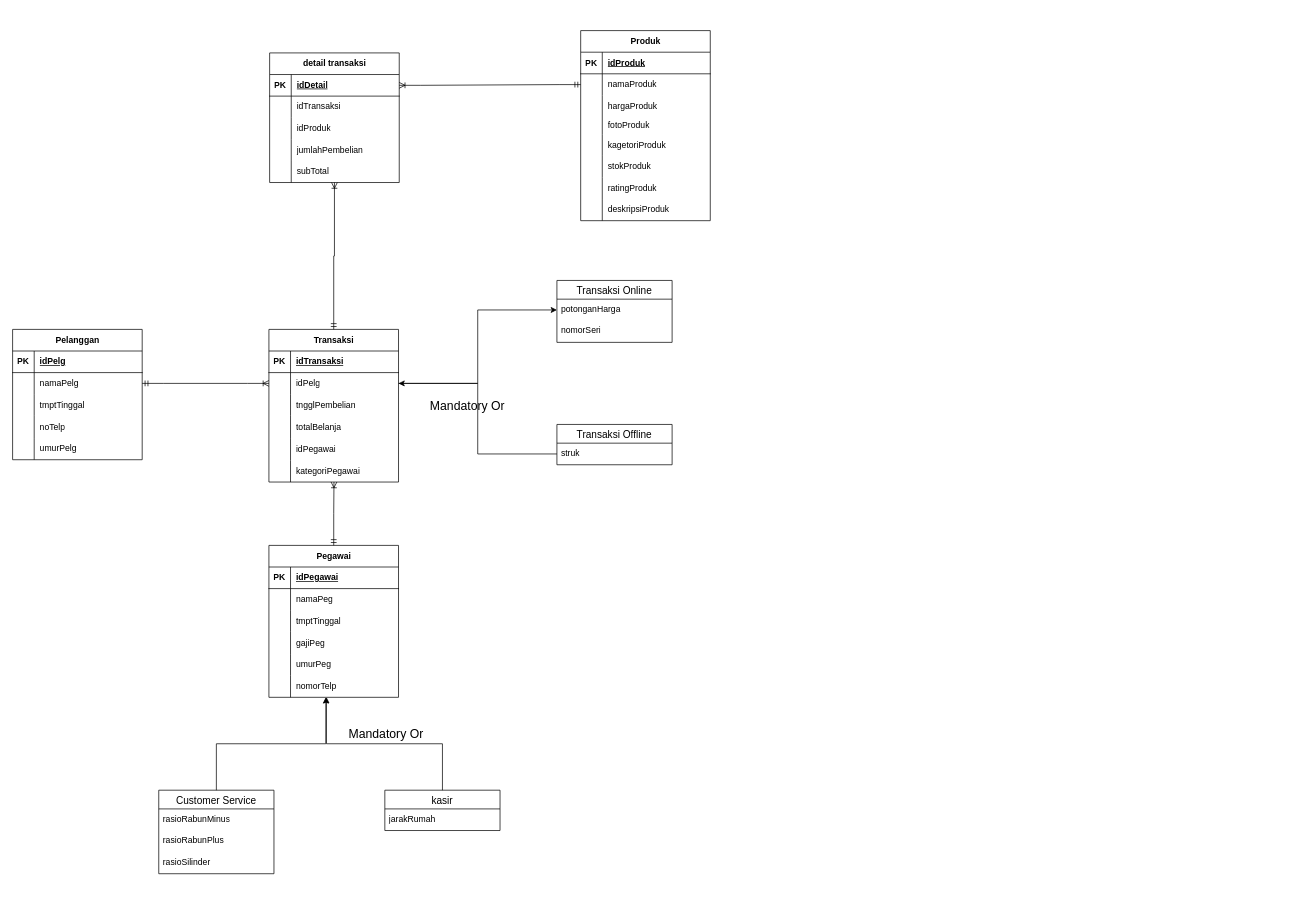
Above: Diagram Tanpa Judul.drawio in shinoaaa/flowchartttz (draw.io), before the change. Source tidied: cells renumbered, new cells numbered last; positions are measured from the earlier drawing's top-left corner, leaving out a move shared by most shapes. Both pictures are drawn from the tidied source at 72%, with x=0, y=0 at pixel (12, 30).
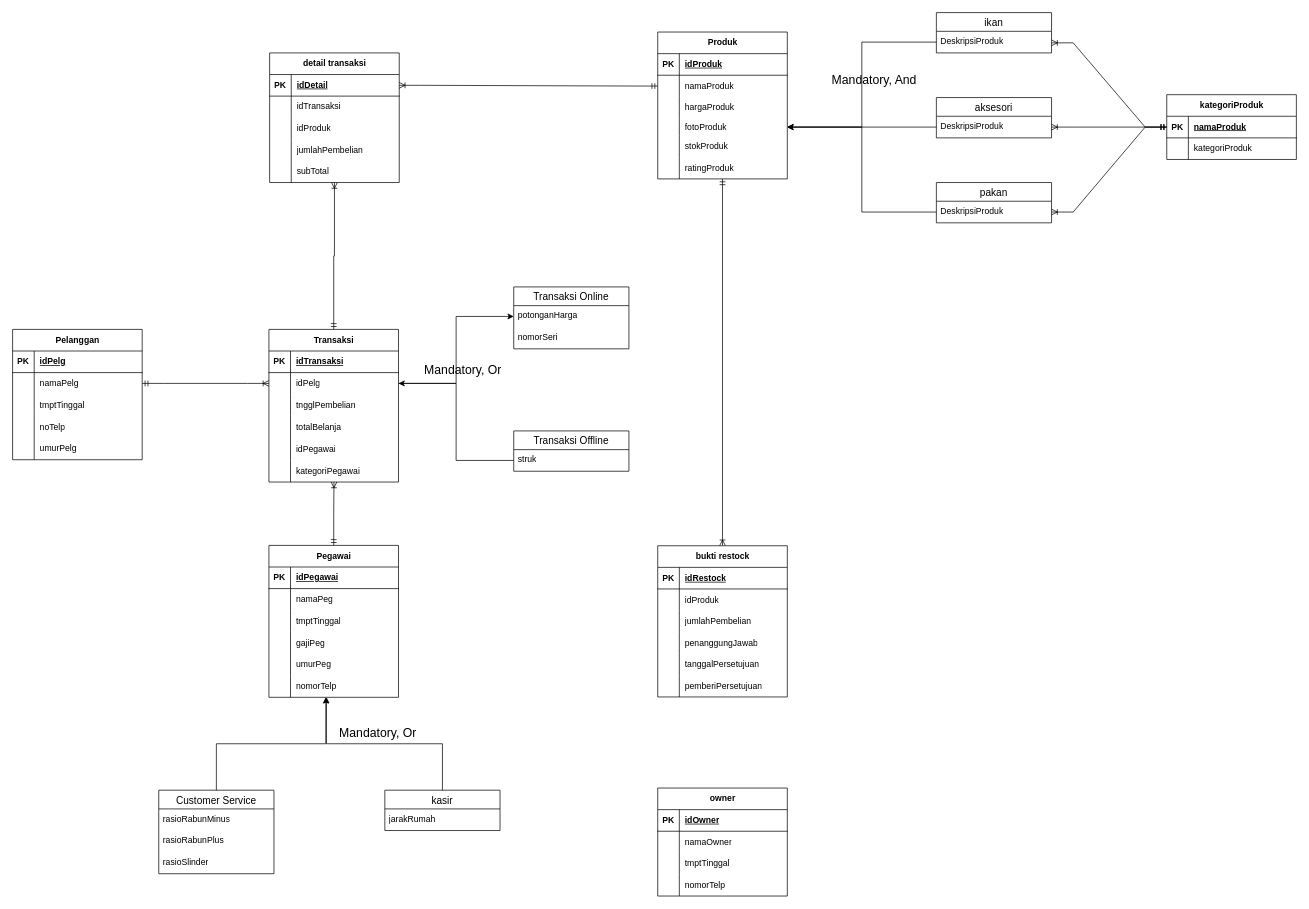
The same diagram, later.

Unchanged cells that the change refers to:
```xml
<mxCell id="58" style="shape=tableRow;horizontal=0;startSize=0;swimlaneHead=0;swimlaneBody=0;fillColor=none;points=[[0,0.5],[1,0.5]];portConstraint=eastwest;top=0;left=0;right=0;bottom=1;" parent="57" vertex="1">
  <mxGeometry y="30" width="180" height="30" as="geometry" />
</mxCell>
<mxCell id="77" style="shape=tableRow;horizontal=0;startSize=0;swimlaneHead=0;swimlaneBody=0;fillColor=none;points=[[0,0.5],[1,0.5]];portConstraint=eastwest;top=0;left=0;right=0;bottom=0;" parent="73" vertex="1">
  <mxGeometry y="60" width="180" height="30" as="geometry" />
</mxCell>
<mxCell id="83" style="shape=tableRow;horizontal=0;startSize=0;swimlaneHead=0;swimlaneBody=0;fillColor=none;points=[[0,0.5],[1,0.5]];portConstraint=eastwest;top=0;left=0;right=0;bottom=0;" parent="73" vertex="1">
  <mxGeometry y="120" width="180" height="24" as="geometry" />
</mxCell>
<mxCell id="109" value="Customer Service" style="swimlane;fontStyle=0;horizontal=1;startSize=26;align=center;fontSize=14;" parent="1" vertex="1">
  <mxGeometry x="203" y="1055" width="160" height="116" as="geometry" />
</mxCell>
```

Diff of the diagram source:
```diff
@@
+    <mxCell id="119" style="edgeStyle=orthogonalEdgeStyle;rounded=0;jettySize=auto;html=1;entryX=0.5;entryY=0;entryDx=0;entryDy=0;endArrow=ERoneToMany;endFill=0;startArrow=ERmandOne;startFill=0;" parent="1" edge="1" source="73" target="140">
+      <mxGeometry relative="1" as="geometry" />
+    </mxCell>
     <mxCell id="73" value="Produk" style="shape=table;startSize=30;childLayout=tableLayout;rowLines=0;fontStyle=1;align=center;html=1;" parent="1" vertex="1">
-      <mxGeometry x="789" width="180" height="264" as="geometry" />
+      <mxGeometry x="896" y="2" width="180" height="204" as="geometry" />
     </mxCell>
@@
-    <mxCell id="86" style="shape=tableRow;horizontal=0;startSize=0;swimlaneHead=0;swimlaneBody=0;fillColor=none;top=0;left=0;right=0;bottom=0;" parent="73" vertex="1">
-      <mxGeometry y="144" width="180" height="30" as="geometry" />
-    </mxCell>
-    <mxCell id="87" style="shape=partialRectangle;fillColor=none;top=0;left=0;bottom=0;right=0;overflow=hidden;whiteSpace=wrap;html=1;" parent="86" vertex="1">
-      <mxGeometry width="30" height="30" as="geometry" />
-    </mxCell>
-    <mxCell id="88" value="kagetoriProduk" style="shape=partialRectangle;fillColor=none;top=0;left=0;bottom=0;right=0;align=left;spacingLeft=6;overflow=hidden;whiteSpace=wrap;html=1;" parent="86" vertex="1">
-      <mxGeometry x="30" width="150" height="30" as="geometry" />
-    </mxCell>
     <mxCell id="89" style="shape=tableRow;horizontal=0;startSize=0;swimlaneHead=0;swimlaneBody=0;fillColor=none;top=0;left=0;right=0;bottom=0;" parent="73" vertex="1">
-      <mxGeometry y="174" width="180" height="30" as="geometry" />
+      <mxGeometry y="144" width="180" height="30" as="geometry" />
     </mxCell>
@@
     <mxCell id="92" style="shape=tableRow;horizontal=0;startSize=0;swimlaneHead=0;swimlaneBody=0;fillColor=none;top=0;left=0;right=0;bottom=0;" parent="73" vertex="1">
-      <mxGeometry y="204" width="180" height="30" as="geometry" />
+      <mxGeometry y="174" width="180" height="30" as="geometry" />
     </mxCell>
@@
-    <mxCell id="95" style="shape=tableRow;horizontal=0;startSize=0;swimlaneHead=0;swimlaneBody=0;fillColor=none;top=0;left=0;right=0;bottom=0;" parent="73" vertex="1">
-      <mxGeometry y="234" width="180" height="30" as="geometry" />
-    </mxCell>
-    <mxCell id="96" style="shape=partialRectangle;fillColor=none;top=0;left=0;bottom=0;right=0;overflow=hidden;whiteSpace=wrap;html=1;" parent="95" vertex="1">
-      <mxGeometry width="30" height="30" as="geometry" />
-    </mxCell>
-    <mxCell id="97" value="deskripsiProduk" style="shape=partialRectangle;fillColor=none;top=0;left=0;bottom=0;right=0;align=left;spacingLeft=6;overflow=hidden;whiteSpace=wrap;html=1;" parent="95" vertex="1">
-      <mxGeometry x="30" width="150" height="30" as="geometry" />
-    </mxCell>
@@
-    <mxCell id="100" style="edgeStyle=entityRelationEdgeStyle;fontSize=12;html=1;endArrow=ERoneToMany;startArrow=ERmandOne;rounded=0;entryX=1;entryY=0.5;entryDx=0;entryDy=0;startFill=0;exitX=0;exitY=0.5;exitDx=0;exitDy=0;" parent="1" edge="1" source="77" target="58">
+    <mxCell id="100" style="edgeStyle=entityRelationEdgeStyle;fontSize=12;html=1;endArrow=ERoneToMany;startArrow=ERmandOne;rounded=0;entryX=1;entryY=0.75;entryDx=0;entryDy=0;startFill=0;exitX=0;exitY=0.5;exitDx=0;exitDy=0;" parent="1" edge="1" source="131" target="120">
       <mxGeometry relative="1" as="geometry" />
     </mxCell>
     <mxCell id="101" value="Transaksi Online" style="swimlane;fontStyle=0;horizontal=1;startSize=26;align=center;fontSize=14;" parent="1" vertex="1">
-      <mxGeometry x="756" y="347" width="160" height="86" as="geometry" />
+      <mxGeometry x="696" y="356" width="160" height="86" as="geometry" />
     </mxCell>
@@
     <mxCell id="104" value="Transaksi Offline" style="swimlane;fontStyle=0;horizontal=1;startSize=26;align=center;fontSize=14;" parent="1" vertex="1">
-      <mxGeometry x="756" y="547" width="160" height="56" as="geometry" />
+      <mxGeometry x="696" y="556" width="160" height="56" as="geometry" />
     </mxCell>
@@
-    <mxCell id="108" value="Mandatory Or" style="text;strokeColor=none;fillColor=none;spacingLeft=4;spacingRight=4;overflow=hidden;points=[[0,0.5],[1,0.5]];portConstraint=eastwest;fontSize=17;whiteSpace=wrap;html=1;" parent="1" vertex="1">
-      <mxGeometry x="574" y="505" width="118" height="30" as="geometry" />
+    <mxCell id="108" value="Mandatory, Or" style="text;strokeColor=none;fillColor=none;spacingLeft=4;spacingRight=4;overflow=hidden;points=[[0,0.5],[1,0.5]];portConstraint=eastwest;fontSize=17;whiteSpace=wrap;html=1;" parent="1" vertex="1">
+      <mxGeometry x="566" y="455" width="118" height="30" as="geometry" />
     </mxCell>
@@
-    <mxCell id="112" value="rasioSilinder" style="text;strokeColor=none;fillColor=none;spacingLeft=4;spacingRight=4;overflow=hidden;fontSize=12;whiteSpace=wrap;html=1;" parent="109" vertex="1">
+    <mxCell id="112" value="rasioSlinder" style="text;strokeColor=none;fillColor=none;spacingLeft=4;spacingRight=4;overflow=hidden;fontSize=12;whiteSpace=wrap;html=1;" parent="109" vertex="1">
       <mxGeometry y="86" width="160" height="30" as="geometry" />
     </mxCell>
@@
-    <mxCell id="118" value="Mandatory Or" style="text;strokeColor=none;fillColor=none;spacingLeft=4;spacingRight=4;overflow=hidden;fontSize=17;whiteSpace=wrap;html=1;" parent="1" vertex="1">
-      <mxGeometry x="461" y="961" width="118" height="30" as="geometry" />
+    <mxCell id="118" value="Mandatory, Or" style="text;strokeColor=none;fillColor=none;spacingLeft=4;spacingRight=4;overflow=hidden;fontSize=17;whiteSpace=wrap;html=1;" parent="1" vertex="1">
+      <mxGeometry x="448" y="959" width="118" height="30" as="geometry" />
     </mxCell>
+    <mxCell id="120" value="ikan" style="swimlane;fontStyle=0;horizontal=1;startSize=26;align=center;fontSize=14;" parent="1" vertex="1">
+      <mxGeometry x="1283" y="-25" width="160" height="56" as="geometry" />
+    </mxCell>
+    <mxCell id="121" value="DeskripsiProduk" style="text;strokeColor=none;fillColor=none;spacingLeft=4;spacingRight=4;overflow=hidden;points=[[0,0.5],[1,0.5]];portConstraint=eastwest;fontSize=12;whiteSpace=wrap;html=1;" parent="120" vertex="1">
+      <mxGeometry y="26" width="160" height="30" as="geometry" />
+    </mxCell>
+    <mxCell id="122" value="aksesori" style="swimlane;fontStyle=0;horizontal=1;startSize=26;align=center;fontSize=14;" parent="1" vertex="1">
+      <mxGeometry x="1283" y="93" width="160" height="56" as="geometry" />
+    </mxCell>
+    <mxCell id="123" value="DeskripsiProduk" style="text;strokeColor=none;fillColor=none;spacingLeft=4;spacingRight=4;overflow=hidden;points=[[0,0.5],[1,0.5]];portConstraint=eastwest;fontSize=12;whiteSpace=wrap;html=1;" parent="122" vertex="1">
+      <mxGeometry y="26" width="160" height="30" as="geometry" />
+    </mxCell>
+    <mxCell id="124" value="pakan" style="swimlane;fontStyle=0;horizontal=1;startSize=26;align=center;fontSize=14;" parent="1" vertex="1">
+      <mxGeometry x="1283" y="211" width="160" height="56" as="geometry" />
+    </mxCell>
+    <mxCell id="125" value="DeskripsiProduk" style="text;strokeColor=none;fillColor=none;spacingLeft=4;spacingRight=4;overflow=hidden;points=[[0,0.5],[1,0.5]];portConstraint=eastwest;fontSize=12;whiteSpace=wrap;html=1;" parent="124" vertex="1">
+      <mxGeometry y="26" width="160" height="30" as="geometry" />
+    </mxCell>
+    <mxCell id="126" style="edgeStyle=orthogonalEdgeStyle;rounded=0;jettySize=auto;html=1;entryX=1;entryY=0.5;entryDx=0;entryDy=0;" parent="1" edge="1" source="125" target="83">
+      <mxGeometry relative="1" as="geometry" />
+    </mxCell>
+    <mxCell id="127" style="edgeStyle=orthogonalEdgeStyle;rounded=0;jettySize=auto;html=1;entryX=1;entryY=0.5;entryDx=0;entryDy=0;" parent="1" edge="1" source="123" target="83">
+      <mxGeometry relative="1" as="geometry" />
+    </mxCell>
+    <mxCell id="128" style="edgeStyle=orthogonalEdgeStyle;rounded=0;jettySize=auto;html=1;" parent="1" edge="1" source="121" target="83">
+      <mxGeometry relative="1" as="geometry" />
+    </mxCell>
+    <mxCell id="129" value="Mandatory, And" style="text;strokeColor=none;fillColor=none;spacingLeft=4;spacingRight=4;overflow=hidden;fontSize=17;whiteSpace=wrap;html=1;" parent="1" vertex="1">
+      <mxGeometry x="1132" y="53" width="133" height="30" as="geometry" />
+    </mxCell>
+    <mxCell id="130" value="kategoriProduk" style="shape=table;startSize=30;childLayout=tableLayout;rowLines=0;fontStyle=1;align=center;html=1;" parent="1" vertex="1">
+      <mxGeometry x="1603" y="89" width="180" height="90" as="geometry" />
+    </mxCell>
+    <mxCell id="131" style="shape=tableRow;horizontal=0;startSize=0;swimlaneHead=0;swimlaneBody=0;fillColor=none;points=[[0,0.5],[1,0.5]];portConstraint=eastwest;top=0;left=0;right=0;bottom=1;" parent="130" vertex="1">
+      <mxGeometry y="30" width="180" height="30" as="geometry" />
+    </mxCell>
+    <mxCell id="132" value="PK" style="shape=partialRectangle;fillColor=none;top=0;left=0;bottom=0;right=0;fontStyle=1;overflow=hidden;whiteSpace=wrap;html=1;" parent="131" vertex="1">
+      <mxGeometry width="30" height="30" as="geometry" />
+    </mxCell>
+    <mxCell id="133" value="namaProduk" style="shape=partialRectangle;fillColor=none;top=0;left=0;bottom=0;right=0;align=left;spacingLeft=6;fontStyle=5;overflow=hidden;whiteSpace=wrap;html=1;" parent="131" vertex="1">
+      <mxGeometry x="30" width="150" height="30" as="geometry" />
+    </mxCell>
+    <mxCell id="134" style="shape=tableRow;horizontal=0;startSize=0;swimlaneHead=0;swimlaneBody=0;fillColor=none;top=0;left=0;right=0;bottom=0;" parent="130" vertex="1">
+      <mxGeometry y="60" width="180" height="30" as="geometry" />
+    </mxCell>
+    <mxCell id="135" style="shape=partialRectangle;fillColor=none;top=0;left=0;bottom=0;right=0;overflow=hidden;whiteSpace=wrap;html=1;" parent="134" vertex="1">
+      <mxGeometry width="30" height="30" as="geometry" />
+    </mxCell>
+    <mxCell id="136" value="kategoriProduk" style="shape=partialRectangle;fillColor=none;top=0;left=0;bottom=0;right=0;align=left;spacingLeft=6;overflow=hidden;whiteSpace=wrap;html=1;" parent="134" vertex="1">
+      <mxGeometry x="30" width="150" height="30" as="geometry" />
+    </mxCell>
+    <mxCell id="137" style="edgeStyle=entityRelationEdgeStyle;fontSize=12;html=1;endArrow=ERoneToMany;startArrow=ERmandOne;rounded=0;entryX=1;entryY=0.5;entryDx=0;entryDy=0;startFill=0;exitX=0;exitY=0.5;exitDx=0;exitDy=0;" parent="1" edge="1" source="77" target="58">
+      <mxGeometry relative="1" as="geometry" />
+    </mxCell>
+    <mxCell id="138" style="edgeStyle=entityRelationEdgeStyle;fontSize=12;html=1;endArrow=ERoneToMany;startArrow=ERmandOne;rounded=0;entryX=1;entryY=0.5;entryDx=0;entryDy=0;startFill=0;exitX=0;exitY=0.5;exitDx=0;exitDy=0;" parent="1" edge="1" source="130" target="123">
+      <mxGeometry relative="1" as="geometry" />
+    </mxCell>
+    <mxCell id="139" style="edgeStyle=entityRelationEdgeStyle;fontSize=12;html=1;endArrow=ERoneToMany;startArrow=ERmandOne;rounded=0;entryX=1;entryY=0.5;entryDx=0;entryDy=0;startFill=0;exitX=0;exitY=0.5;exitDx=0;exitDy=0;" parent="1" edge="1" source="131" target="125">
+      <mxGeometry relative="1" as="geometry" />
+    </mxCell>
+    <mxCell id="140" value="bukti restock" style="shape=table;startSize=30;childLayout=tableLayout;rowLines=0;fontStyle=1;align=center;html=1;" parent="1" vertex="1">
+      <mxGeometry x="896" y="715.5" width="180" height="210" as="geometry" />
+    </mxCell>
+    <mxCell id="141" style="shape=tableRow;horizontal=0;startSize=0;swimlaneHead=0;swimlaneBody=0;fillColor=none;top=0;left=0;right=0;bottom=1;" parent="140" vertex="1">
+      <mxGeometry y="30" width="180" height="30" as="geometry" />
+    </mxCell>
+    <mxCell id="142" value="PK" style="shape=partialRectangle;fillColor=none;top=0;left=0;bottom=0;right=0;fontStyle=1;overflow=hidden;whiteSpace=wrap;html=1;" parent="141" vertex="1">
+      <mxGeometry width="30" height="30" as="geometry" />
+    </mxCell>
+    <mxCell id="143" value="idRestock" style="shape=partialRectangle;fillColor=none;top=0;left=0;bottom=0;right=0;align=left;spacingLeft=6;fontStyle=5;overflow=hidden;whiteSpace=wrap;html=1;" parent="141" vertex="1">
+      <mxGeometry x="30" width="150" height="30" as="geometry" />
+    </mxCell>
+    <mxCell id="144" style="shape=tableRow;horizontal=0;startSize=0;swimlaneHead=0;swimlaneBody=0;fillColor=none;top=0;left=0;right=0;bottom=0;" parent="140" vertex="1">
+      <mxGeometry y="60" width="180" height="30" as="geometry" />
+    </mxCell>
+    <mxCell id="145" style="shape=partialRectangle;fillColor=none;top=0;left=0;bottom=0;right=0;overflow=hidden;whiteSpace=wrap;html=1;" parent="144" vertex="1">
+      <mxGeometry width="30" height="30" as="geometry" />
+    </mxCell>
+    <mxCell id="146" value="idProduk" style="shape=partialRectangle;fillColor=none;top=0;left=0;bottom=0;right=0;align=left;spacingLeft=6;overflow=hidden;whiteSpace=wrap;html=1;" parent="144" vertex="1">
+      <mxGeometry x="30" width="150" height="30" as="geometry" />
+    </mxCell>
+    <mxCell id="147" style="shape=tableRow;horizontal=0;startSize=0;swimlaneHead=0;swimlaneBody=0;fillColor=none;top=0;left=0;right=0;bottom=0;" parent="140" vertex="1">
+      <mxGeometry y="90" width="180" height="30" as="geometry" />
+    </mxCell>
+    <mxCell id="148" style="shape=partialRectangle;fillColor=none;top=0;left=0;bottom=0;right=0;overflow=hidden;whiteSpace=wrap;html=1;" parent="147" vertex="1">
+      <mxGeometry width="30" height="30" as="geometry" />
+    </mxCell>
+    <mxCell id="149" value="jumlahPembelian" style="shape=partialRectangle;fillColor=none;top=0;left=0;bottom=0;right=0;align=left;spacingLeft=6;overflow=hidden;whiteSpace=wrap;html=1;" parent="147" vertex="1">
+      <mxGeometry x="30" width="150" height="30" as="geometry" />
+    </mxCell>
+    <mxCell id="150" style="shape=tableRow;horizontal=0;startSize=0;swimlaneHead=0;swimlaneBody=0;fillColor=none;top=0;left=0;right=0;bottom=0;" parent="140" vertex="1">
+      <mxGeometry y="120" width="180" height="30" as="geometry" />
+    </mxCell>
+    <mxCell id="151" style="shape=partialRectangle;fillColor=none;top=0;left=0;bottom=0;right=0;overflow=hidden;whiteSpace=wrap;html=1;" parent="150" vertex="1">
+      <mxGeometry width="30" height="30" as="geometry" />
+    </mxCell>
+    <mxCell id="152" value="penanggungJawab" style="shape=partialRectangle;fillColor=none;top=0;left=0;bottom=0;right=0;align=left;spacingLeft=6;overflow=hidden;whiteSpace=wrap;html=1;" parent="150" vertex="1">
+      <mxGeometry x="30" width="150" height="30" as="geometry" />
+    </mxCell>
+    <mxCell id="153" style="shape=tableRow;horizontal=0;startSize=0;swimlaneHead=0;swimlaneBody=0;fillColor=none;top=0;left=0;right=0;bottom=0;" parent="140" vertex="1">
+      <mxGeometry y="150" width="180" height="30" as="geometry" />
+    </mxCell>
+    <mxCell id="154" style="shape=partialRectangle;fillColor=none;top=0;left=0;bottom=0;right=0;overflow=hidden;whiteSpace=wrap;html=1;" parent="153" vertex="1">
+      <mxGeometry width="30" height="30" as="geometry" />
+    </mxCell>
+    <mxCell id="155" value="tanggalPersetujuan" style="shape=partialRectangle;fillColor=none;top=0;left=0;bottom=0;right=0;align=left;spacingLeft=6;overflow=hidden;whiteSpace=wrap;html=1;" parent="153" vertex="1">
+      <mxGeometry x="30" width="150" height="30" as="geometry" />
+    </mxCell>
+    <mxCell id="156" style="shape=tableRow;horizontal=0;startSize=0;swimlaneHead=0;swimlaneBody=0;fillColor=none;top=0;left=0;right=0;bottom=0;" parent="140" vertex="1">
+      <mxGeometry y="180" width="180" height="30" as="geometry" />
+    </mxCell>
+    <mxCell id="157" style="shape=partialRectangle;fillColor=none;top=0;left=0;bottom=0;right=0;overflow=hidden;whiteSpace=wrap;html=1;" parent="156" vertex="1">
+      <mxGeometry width="30" height="30" as="geometry" />
+    </mxCell>
+    <mxCell id="158" value="pemberiPersetujuan" style="shape=partialRectangle;fillColor=none;top=0;left=0;bottom=0;right=0;align=left;spacingLeft=6;overflow=hidden;whiteSpace=wrap;html=1;" parent="156" vertex="1">
+      <mxGeometry x="30" width="150" height="30" as="geometry" />
+    </mxCell>
+    <mxCell id="159" style="edgeStyle=orthogonalEdgeStyle;rounded=0;orthogonalLoop=1;jettySize=auto;html=1;exitX=1;exitY=0.5;exitDx=0;exitDy=0;" parent="1" edge="1" source="108" target="108">
+      <mxGeometry relative="1" as="geometry" />
+    </mxCell>
+    <mxCell id="160" value="owner" style="shape=table;startSize=30;childLayout=tableLayout;rowLines=0;fontStyle=1;align=center;html=1;" parent="1" vertex="1">
+      <mxGeometry x="896" y="1052" width="180" height="150" as="geometry" />
+    </mxCell>
+    <mxCell id="161" style="shape=tableRow;horizontal=0;startSize=0;swimlaneHead=0;swimlaneBody=0;fillColor=none;top=0;left=0;right=0;bottom=1;" parent="160" vertex="1">
+      <mxGeometry y="30" width="180" height="30" as="geometry" />
+    </mxCell>
+    <mxCell id="162" value="PK" style="shape=partialRectangle;fillColor=none;top=0;left=0;bottom=0;right=0;fontStyle=1;overflow=hidden;whiteSpace=wrap;html=1;" parent="161" vertex="1">
+      <mxGeometry width="30" height="30" as="geometry" />
+    </mxCell>
+    <mxCell id="163" value="idOwner" style="shape=partialRectangle;fillColor=none;top=0;left=0;bottom=0;right=0;align=left;spacingLeft=6;fontStyle=5;overflow=hidden;whiteSpace=wrap;html=1;" parent="161" vertex="1">
+      <mxGeometry x="30" width="150" height="30" as="geometry" />
+    </mxCell>
+    <mxCell id="164" style="shape=tableRow;horizontal=0;startSize=0;swimlaneHead=0;swimlaneBody=0;fillColor=none;top=0;left=0;right=0;bottom=0;" parent="160" vertex="1">
+      <mxGeometry y="60" width="180" height="30" as="geometry" />
+    </mxCell>
+    <mxCell id="165" style="shape=partialRectangle;fillColor=none;top=0;left=0;bottom=0;right=0;overflow=hidden;whiteSpace=wrap;html=1;" parent="164" vertex="1">
+      <mxGeometry width="30" height="30" as="geometry" />
+    </mxCell>
+    <mxCell id="166" value="namaOwner" style="shape=partialRectangle;fillColor=none;top=0;left=0;bottom=0;right=0;align=left;spacingLeft=6;overflow=hidden;whiteSpace=wrap;html=1;" parent="164" vertex="1">
+      <mxGeometry x="30" width="150" height="30" as="geometry" />
+    </mxCell>
+    <mxCell id="167" style="shape=tableRow;horizontal=0;startSize=0;swimlaneHead=0;swimlaneBody=0;fillColor=none;top=0;left=0;right=0;bottom=0;" parent="160" vertex="1">
+      <mxGeometry y="90" width="180" height="30" as="geometry" />
+    </mxCell>
+    <mxCell id="168" style="shape=partialRectangle;fillColor=none;top=0;left=0;bottom=0;right=0;overflow=hidden;whiteSpace=wrap;html=1;" parent="167" vertex="1">
+      <mxGeometry width="30" height="30" as="geometry" />
+    </mxCell>
+    <mxCell id="169" value="tmptTinggal" style="shape=partialRectangle;fillColor=none;top=0;left=0;bottom=0;right=0;align=left;spacingLeft=6;overflow=hidden;whiteSpace=wrap;html=1;" parent="167" vertex="1">
+      <mxGeometry x="30" width="150" height="30" as="geometry" />
+    </mxCell>
+    <mxCell id="170" style="shape=tableRow;horizontal=0;startSize=0;swimlaneHead=0;swimlaneBody=0;fillColor=none;top=0;left=0;right=0;bottom=0;" parent="160" vertex="1">
+      <mxGeometry y="120" width="180" height="30" as="geometry" />
+    </mxCell>
+    <mxCell id="171" style="shape=partialRectangle;fillColor=none;top=0;left=0;bottom=0;right=0;overflow=hidden;whiteSpace=wrap;html=1;" parent="170" vertex="1">
+      <mxGeometry width="30" height="30" as="geometry" />
+    </mxCell>
+    <mxCell id="172" value="nomorTelp" style="shape=partialRectangle;fillColor=none;top=0;left=0;bottom=0;right=0;align=left;spacingLeft=6;overflow=hidden;whiteSpace=wrap;html=1;" parent="170" vertex="1">
+      <mxGeometry x="30" width="150" height="30" as="geometry" />
+    </mxCell>
```
